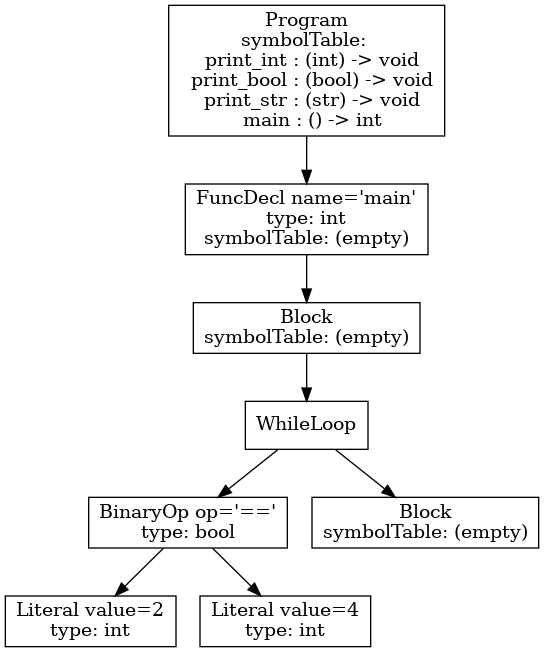
Above: ast.png in vtstew/p3-analysis (Graphviz), before the change. Its source is kept beside it as ast.dot.
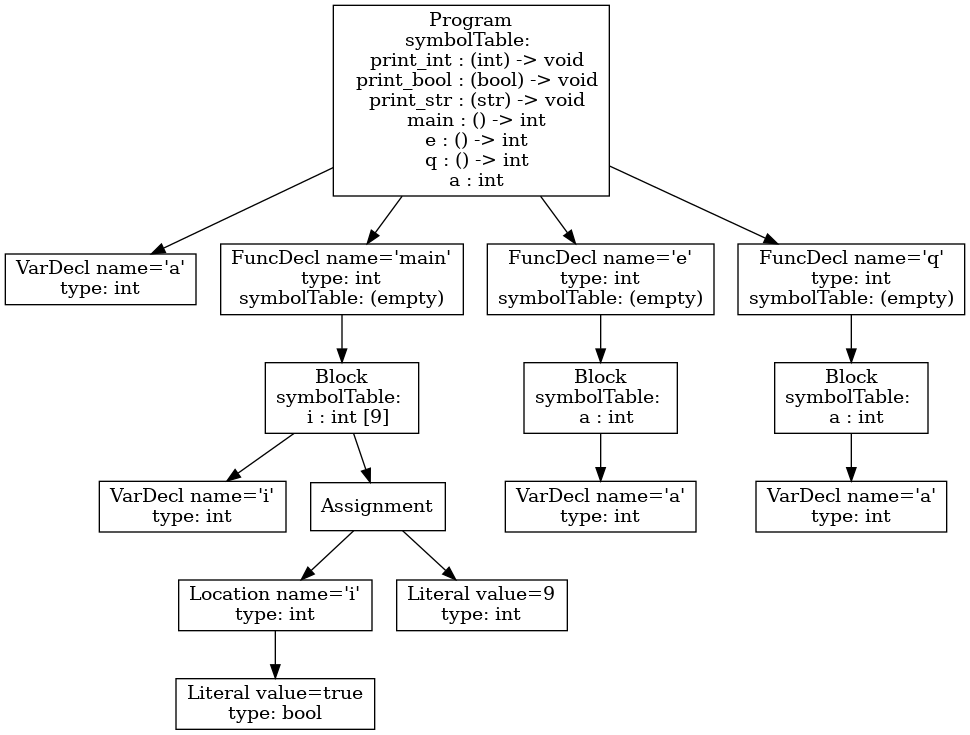
After the change.

The edit, as a diff of the source:
```diff
@@ -1,17 +1,31 @@
 digraph AST {
-5 [shape=box, label="Literal value=2\ntype: int"];
-6 [shape=box, label="Literal value=4\ntype: int"];
-4 [shape=box, label="BinaryOp op='=='\ntype: bool"];
-4 -> 5;
-4 -> 6;
-7 [shape=box, label="Block\nsymbolTable: (empty)"];
-3 [shape=box, label="WhileLoop"];
+1 [shape=box, label="VarDecl name='a'\ntype: int"];
+4 [shape=box, label="VarDecl name='i'\ntype: int"];
+7 [shape=box, label="Literal value=true\ntype: bool"];
+6 [shape=box, label="Location name='i'\ntype: int"];
+6 -> 7;
+8 [shape=box, label="Literal value=9\ntype: int"];
+5 [shape=box, label="Assignment"];
+5 -> 6;
+5 -> 8;
+3 [shape=box, label="Block\nsymbolTable: \n  i : int [9]"];
 3 -> 4;
-3 -> 7;
-2 [shape=box, label="Block\nsymbolTable: (empty)"];
+3 -> 5;
+2 [shape=box, label="FuncDecl name='main'\ntype: int\nsymbolTable: (empty)"];
 2 -> 3;
-1 [shape=box, label="FuncDecl name='main'\ntype: int\nsymbolTable: (empty)"];
-1 -> 2;
-0 [shape=box, label="Program\nsymbolTable: \n  print_int : (int) -> void\n  print_bool : (bool) -> void\n  print_str : (str) -> void\n  main : () -> int"];
+11 [shape=box, label="VarDecl name='a'\ntype: int"];
+10 [shape=box, label="Block\nsymbolTable: \n  a : int"];
+10 -> 11;
+9 [shape=box, label="FuncDecl name='e'\ntype: int\nsymbolTable: (empty)"];
+9 -> 10;
+14 [shape=box, label="VarDecl name='a'\ntype: int"];
+13 [shape=box, label="Block\nsymbolTable: \n  a : int"];
+13 -> 14;
+12 [shape=box, label="FuncDecl name='q'\ntype: int\nsymbolTable: (empty)"];
+12 -> 13;
+0 [shape=box, label="Program\nsymbolTable: \n  print_int : (int) -> void\n  print_bool : (bool) -> void\n  print_str : (str) -> void\n  main : () -> int\n  e : () -> int\n  q : () -> int\n  a : int"];
 0 -> 1;
+0 -> 2;
+0 -> 9;
+0 -> 12;
 }
```
